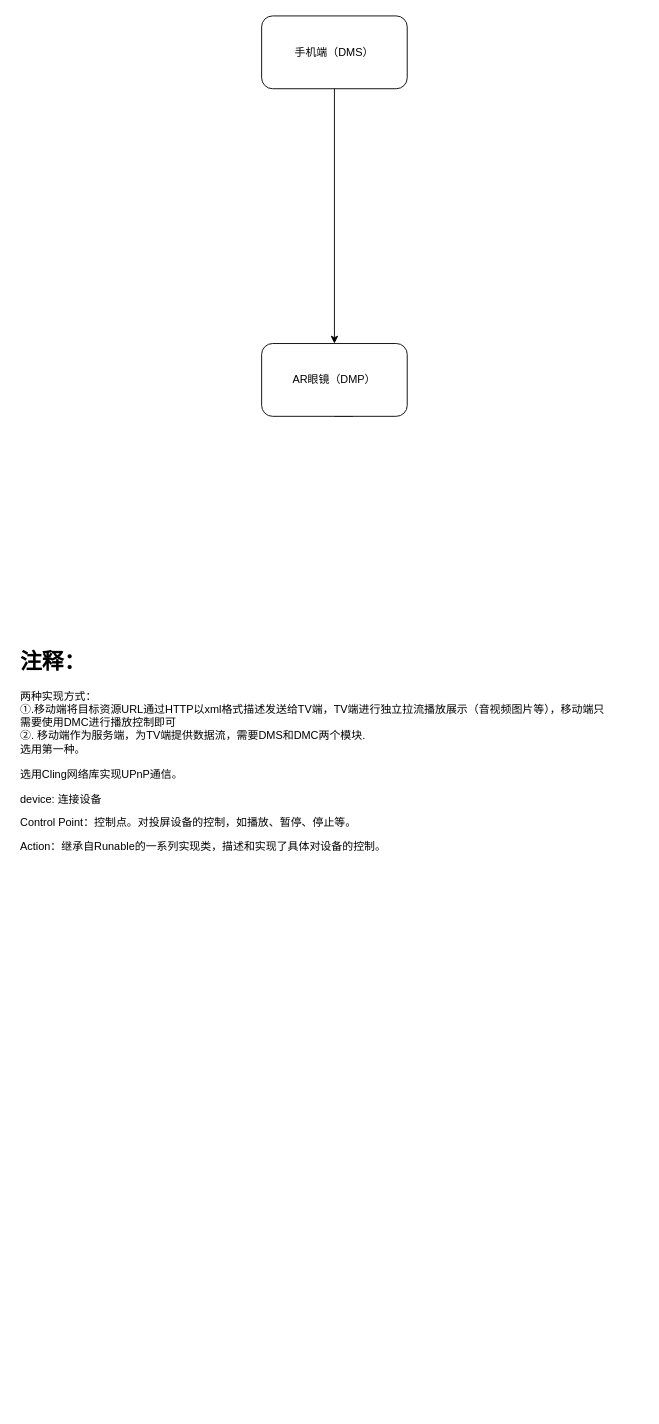
Earlier version of the draw.io diagram 投屏方案.drawio (wellcao/android-MediaRecorder). Source tidied: cells renumbered, new cells numbered last; positions are measured from the earlier drawing's top-left corner, leaving out a move shared by most shapes. Both pictures are drawn from the tidied source at 91%, with x=0, y=0 at pixel (15, 15).
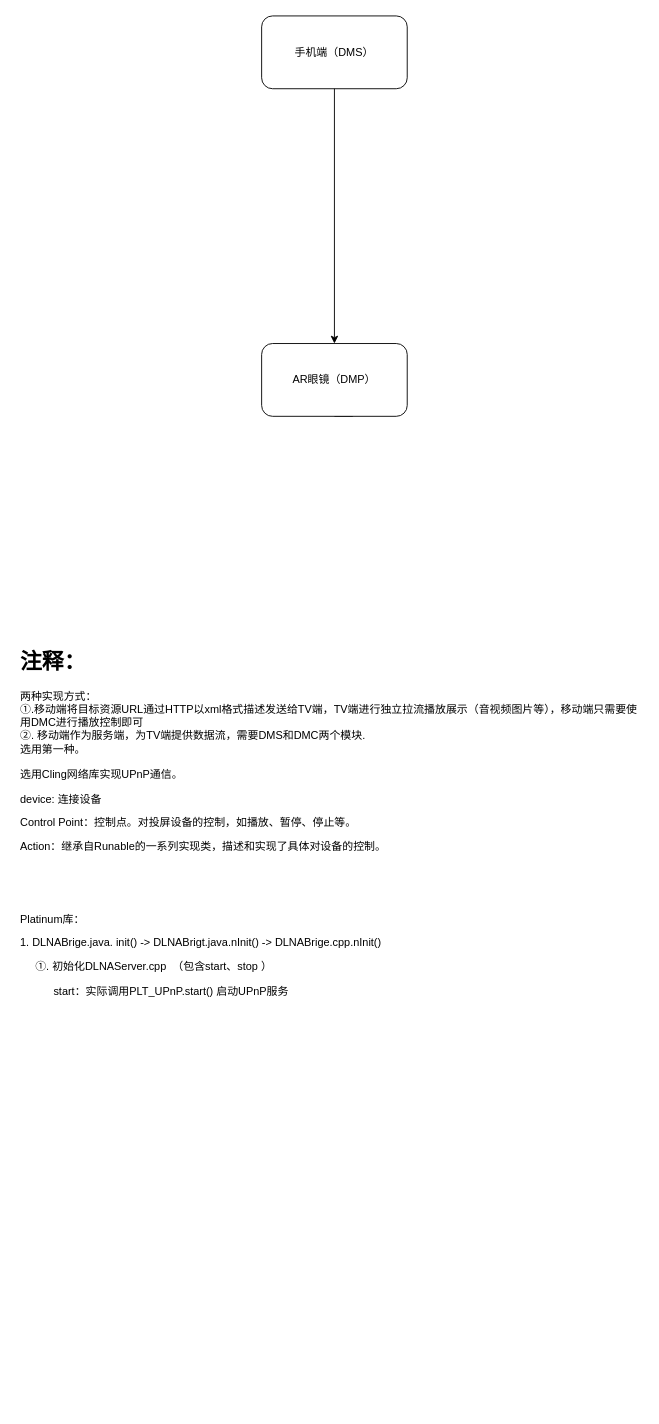
After the change.

Commit message:
更新投屏方案.drawio

Diff of the diagram source:
```diff
@@
 <mxGraphModel>
   <root>
     <mxCell id="0" />
     <mxCell id="1" parent="0" />
     <mxCell id="2" value="手机端（DMS）" style="rounded=1;whiteSpace=wrap;html=1;" parent="1" vertex="1">
       <mxGeometry x="270" width="160" height="80" as="geometry" />
     </mxCell>
     <mxCell id="3" style="edgeStyle=orthogonalEdgeStyle;rounded=0;jettySize=auto;html=1;exitX=0.5;exitY=1;exitDx=0;exitDy=0;" parent="1" edge="1" source="4">
       <mxGeometry relative="1" as="geometry">
         <mxPoint x="370" y="420" as="targetPoint" />
       </mxGeometry>
     </mxCell>
     <mxCell id="4" value="AR眼镜（DMP）" style="rounded=1;whiteSpace=wrap;html=1;" parent="1" vertex="1">
       <mxGeometry x="270" y="360" width="160" height="80" as="geometry" />
     </mxCell>
     <mxCell id="5" style="endArrow=classic;html=1;exitX=0.5;exitY=1;exitDx=0;exitDy=0;entryX=0.5;entryY=0;entryDx=0;entryDy=0;" parent="1" edge="1" source="2" target="4">
       <mxGeometry relative="1" as="geometry" />
     </mxCell>
-    <mxCell id="6" value="&lt;h1&gt;注释：&lt;/h1&gt;&lt;div&gt;两种实现方式：&lt;/div&gt;&lt;div&gt;①.移动端将目标资源URL通过HTTP以xml格式描述发送给TV端，TV端进行独立拉流播放展示（音视频图片等），移动端只需要使用DMC进行播放控制即可&lt;/div&gt;&lt;div&gt;②.&amp;nbsp;移动端作为服务端，为TV端提供数据流，需要DMS和DMC两个模块.&lt;/div&gt;&lt;div&gt;选用第一种。&lt;/div&gt;&lt;div&gt;&lt;br&gt;&lt;/div&gt;&lt;div&gt;选用Cling网络库实现UPnP通信。&lt;/div&gt;&lt;p&gt;device: 连接设备&lt;/p&gt;&lt;p&gt;Control Point：控制点。对投屏设备的控制，如播放、暂停、停止等。&lt;/p&gt;&lt;p&gt;Action：继承自Runable的一系列实现类，描述和实现了具体对设备的控制。&lt;/p&gt;" style="text;html=1;strokeColor=none;fillColor=none;spacing=5;spacingTop=-20;whiteSpace=wrap;overflow=hidden;rounded=0;" parent="1" vertex="1">
-      <mxGeometry y="690" width="660" height="310" as="geometry" />
+    <mxCell id="6" value="&lt;h1&gt;注释：&lt;/h1&gt;&lt;div&gt;两种实现方式：&lt;/div&gt;&lt;div&gt;①.移动端将目标资源URL通过HTTP以xml格式描述发送给TV端，TV端进行独立拉流播放展示（音视频图片等），移动端只需要使用DMC进行播放控制即可&lt;/div&gt;&lt;div&gt;②.&amp;nbsp;移动端作为服务端，为TV端提供数据流，需要DMS和DMC两个模块.&lt;/div&gt;&lt;div&gt;选用第一种。&lt;/div&gt;&lt;div&gt;&lt;br&gt;&lt;/div&gt;&lt;div&gt;选用Cling网络库实现UPnP通信。&lt;/div&gt;&lt;p&gt;device: 连接设备&lt;/p&gt;&lt;p&gt;Control Point：控制点。对投屏设备的控制，如播放、暂停、停止等。&lt;/p&gt;&lt;p&gt;Action：继承自Runable的一系列实现类，描述和实现了具体对设备的控制。&lt;/p&gt;&lt;p&gt;&lt;br&gt;&lt;/p&gt;&lt;p&gt;&lt;br&gt;&lt;/p&gt;&lt;p&gt;Platinum库：&lt;/p&gt;&lt;p&gt;1. DLNABrige.java. init() -&amp;gt; DLNABrigt.java.nInit() -&amp;gt; DLNABrige.cpp.nInit()&amp;nbsp;&lt;/p&gt;&lt;p&gt;&amp;nbsp; &amp;nbsp; &amp;nbsp;①. 初始化DLNAServer.cpp&amp;nbsp; （包含start、stop ）&lt;/p&gt;&lt;p&gt;&amp;nbsp; &amp;nbsp; &amp;nbsp; &amp;nbsp; &amp;nbsp; &amp;nbsp;start：实际调用PLT_UPnP.start() 启动UPnP服务&lt;/p&gt;&lt;p&gt;&amp;nbsp; &amp;nbsp; &amp;nbsp;&lt;/p&gt;&lt;p&gt;&lt;br&gt;&lt;/p&gt;" style="text;html=1;strokeColor=none;fillColor=none;spacing=5;spacingTop=-20;whiteSpace=wrap;overflow=hidden;rounded=0;" parent="1" vertex="1">
+      <mxGeometry y="690" width="690" height="840" as="geometry" />
     </mxCell>
   </root>
 </mxGraphModel>
```
